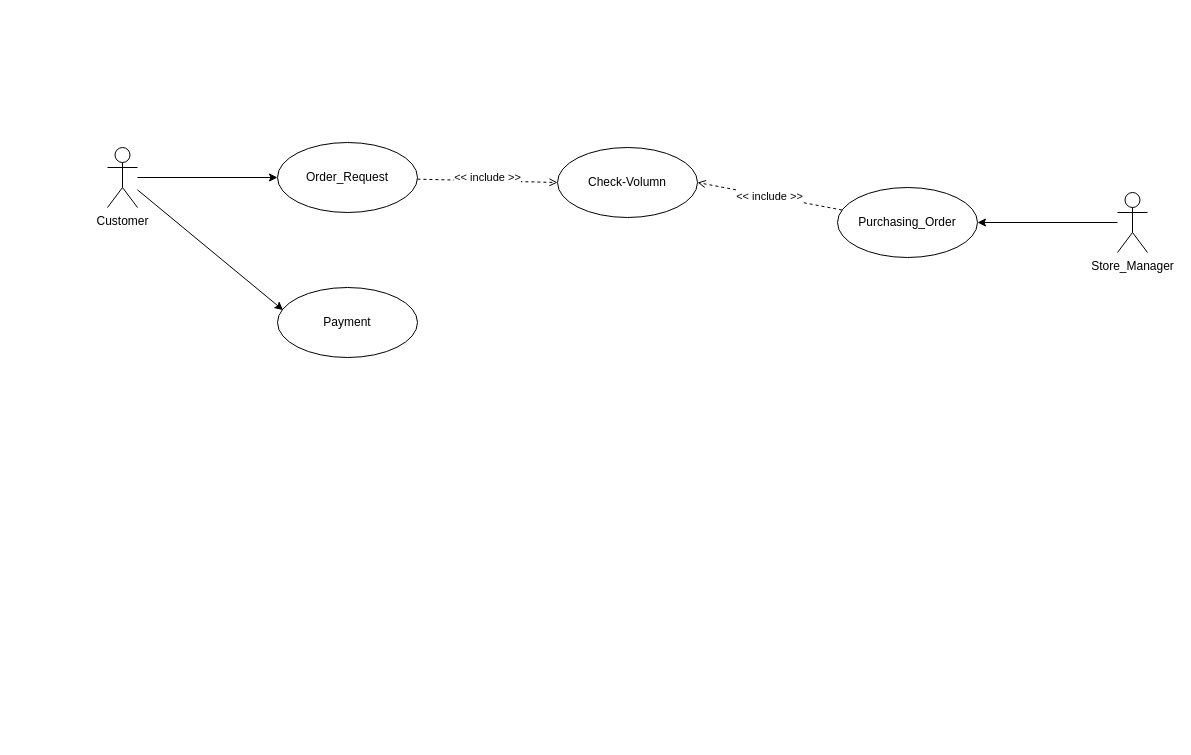
emilyuyenn/Student keeps this draw.io diagram as Untitled Diagram.drawio. Above is the earlier version. Source tidied: cells renumbered, new cells numbered last; positions are measured from the earlier drawing's top-left corner, leaving out a move shared by most shapes. Both pictures are drawn from the tidied source at 100%, with x=0, y=0 at pixel (107, 142).
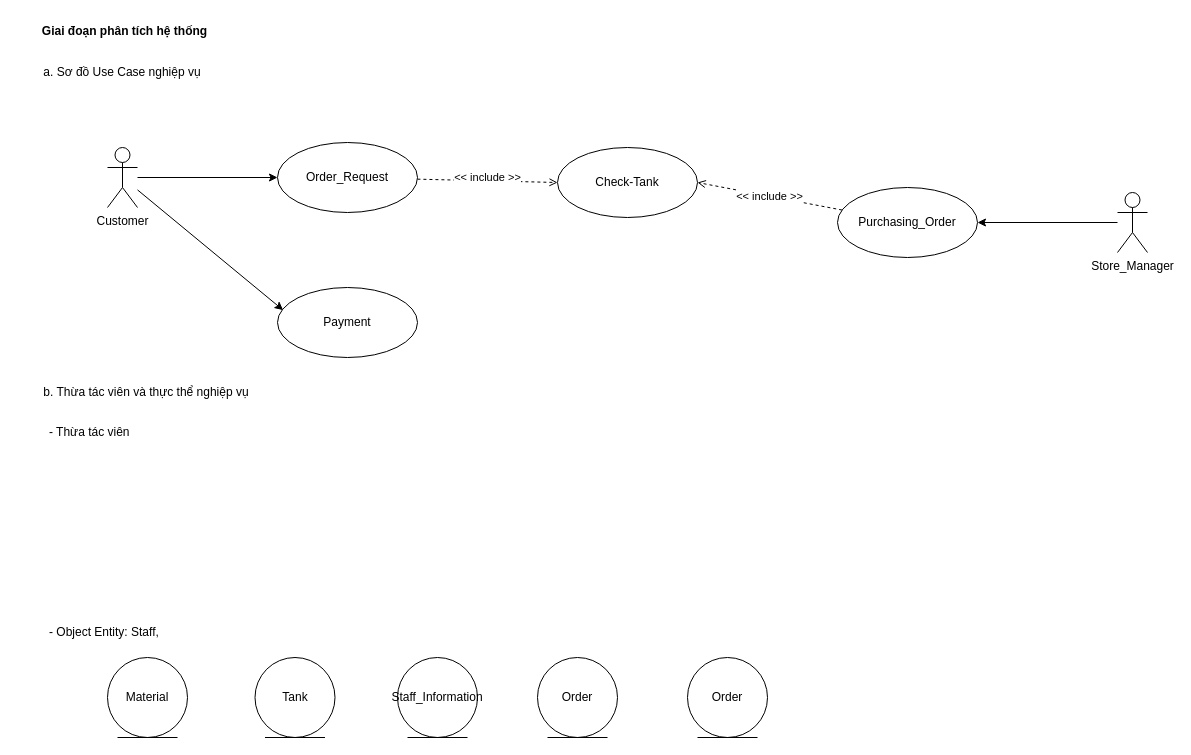
After the change.

Diff of the diagram source:
```diff
@@
-    <mxCell id="8" value="Check-Volumn" style="ellipse;whiteSpace=wrap;html=1;" parent="1" vertex="1">
+    <mxCell id="8" value="Check-Tank" style="ellipse;whiteSpace=wrap;html=1;" parent="1" vertex="1">
       <mxGeometry x="450" y="5" width="140" height="70" as="geometry" />
     </mxCell>
@@
+    <mxCell id="14" value="Material" style="ellipse;shape=umlEntity;whiteSpace=wrap;html=1;" parent="1" vertex="1">
+      <mxGeometry y="515" width="80" height="80" as="geometry" />
+    </mxCell>
+    <mxCell id="15" value="Tank" style="ellipse;shape=umlEntity;whiteSpace=wrap;html=1;" parent="1" vertex="1">
+      <mxGeometry x="147.5" y="515" width="80" height="80" as="geometry" />
+    </mxCell>
+    <mxCell id="16" value="Giai đoạn phân tích hệ thống" style="text;align=center;fontStyle=1;verticalAlign=middle;spacingLeft=3;spacingRight=3;strokeColor=none;" parent="1" vertex="1">
+      <mxGeometry x="-90" y="-125" width="215" height="26" as="geometry" />
+    </mxCell>
+    <mxCell id="17" value="a. Sơ đồ Use Case nghiệp vụ" style="text;html=1;strokeColor=none;fillColor=none;align=center;verticalAlign=middle;whiteSpace=wrap;rounded=0;" parent="1" vertex="1">
+      <mxGeometry x="-80" y="-85" width="190" height="30" as="geometry" />
+    </mxCell>
+    <mxCell id="18" value="b. Thừa tác viên và thực thể nghiệp vụ" style="text;html=1;strokeColor=none;fillColor=none;align=center;verticalAlign=middle;whiteSpace=wrap;rounded=0;" parent="1" vertex="1">
+      <mxGeometry x="-70" y="235" width="217.5" height="30" as="geometry" />
+    </mxCell>
+    <mxCell id="19" value="- Thừa tác viên" style="text;html=1;strokeColor=none;fillColor=none;align=left;verticalAlign=middle;whiteSpace=wrap;rounded=0;" parent="1" vertex="1">
+      <mxGeometry x="-60" y="275" width="217.5" height="30" as="geometry" />
+    </mxCell>
+    <mxCell id="20" value="- Object Entity: Staff,&amp;nbsp;" style="text;html=1;strokeColor=none;fillColor=none;align=left;verticalAlign=middle;whiteSpace=wrap;rounded=0;" parent="1" vertex="1">
+      <mxGeometry x="-60" y="475" width="217.5" height="30" as="geometry" />
+    </mxCell>
+    <mxCell id="21" value="Staff_Information" style="ellipse;shape=umlEntity;whiteSpace=wrap;html=1;" parent="1" vertex="1">
+      <mxGeometry x="290" y="515" width="80" height="80" as="geometry" />
+    </mxCell>
+    <mxCell id="22" value="Order" style="ellipse;shape=umlEntity;whiteSpace=wrap;html=1;" parent="1" vertex="1">
+      <mxGeometry x="430" y="515" width="80" height="80" as="geometry" />
+    </mxCell>
+    <mxCell id="23" value="Order" style="ellipse;shape=umlEntity;whiteSpace=wrap;html=1;" parent="1" vertex="1">
+      <mxGeometry x="580" y="515" width="80" height="80" as="geometry" />
+    </mxCell>
```
